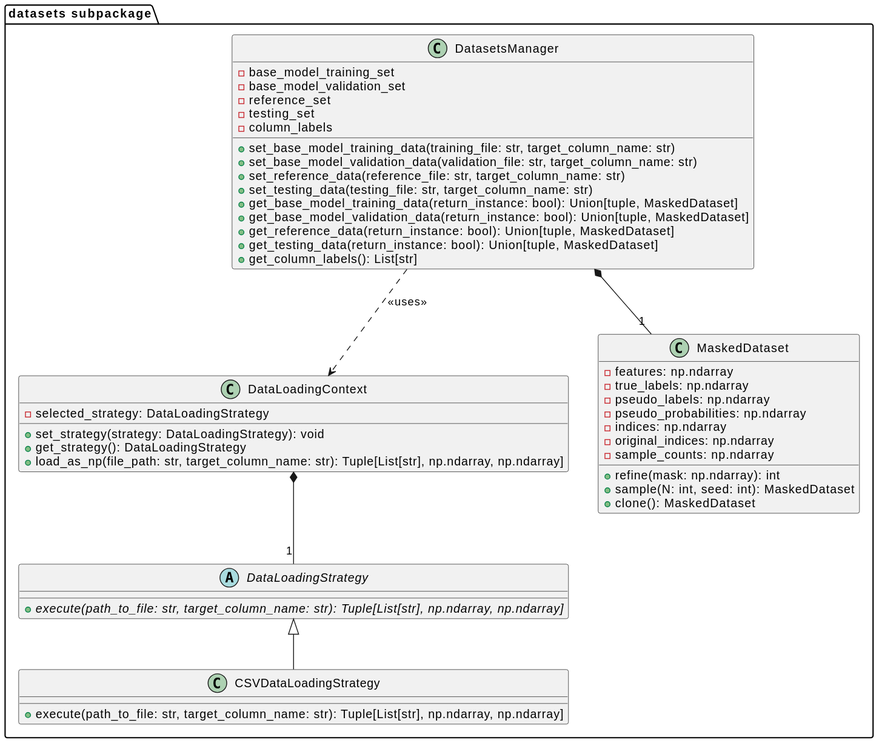
MEDomics-UdeS/MED3pa keeps this PlantUML diagram as docs/diagrams/datasets.svg. Above is the earlier version. The source it was exported from:
```plantuml
@startuml
package "datasets subpackage" {
  class DataLoadingContext {
      -selected_strategy: DataLoadingStrategy
      +set_strategy(strategy: DataLoadingStrategy): void
      +get_strategy(): DataLoadingStrategy
      +load_as_np(file_path: str, target_column_name: str): Tuple[List[str], np.ndarray, np.ndarray]
  }

  abstract class DataLoadingStrategy {
      {abstract} +execute(path_to_file: str, target_column_name: str): Tuple[List[str], np.ndarray, np.ndarray]
  }

  class CSVDataLoadingStrategy {
      +execute(path_to_file: str, target_column_name: str): Tuple[List[str], np.ndarray, np.ndarray]
  }

  DataLoadingStrategy <|-- CSVDataLoadingStrategy
  DataLoadingContext *-- "1" DataLoadingStrategy

  class DatasetsManager {
      -base_model_training_set
      -base_model_validation_set
      -reference_set
      -testing_set
      -column_labels
      +set_base_model_training_data(training_file: str, target_column_name: str)
      +set_base_model_validation_data(validation_file: str, target_column_name: str)
      +set_reference_data(reference_file: str, target_column_name: str)
      +set_testing_data(testing_file: str, target_column_name: str)
      +get_base_model_training_data(return_instance: bool): Union[tuple, MaskedDataset]
      +get_base_model_validation_data(return_instance: bool): Union[tuple, MaskedDataset]
      +get_reference_data(return_instance: bool): Union[tuple, MaskedDataset]
      +get_testing_data(return_instance: bool): Union[tuple, MaskedDataset]
      +get_column_labels(): List[str]
  }

  class MaskedDataset {
      -features: np.ndarray
      -true_labels: np.ndarray
      -pseudo_labels: np.ndarray
      -pseudo_probabilities: np.ndarray
      -indices: np.ndarray
      -original_indices: np.ndarray
      -sample_counts: np.ndarray
      +refine(mask: np.ndarray): int
      +sample(N: int, seed: int): MaskedDataset
      +clone(): MaskedDataset
  }
}
DatasetsManager *-- "1" MaskedDataset
DatasetsManager ..> DataLoadingContext : <<uses>>
@enduml
```
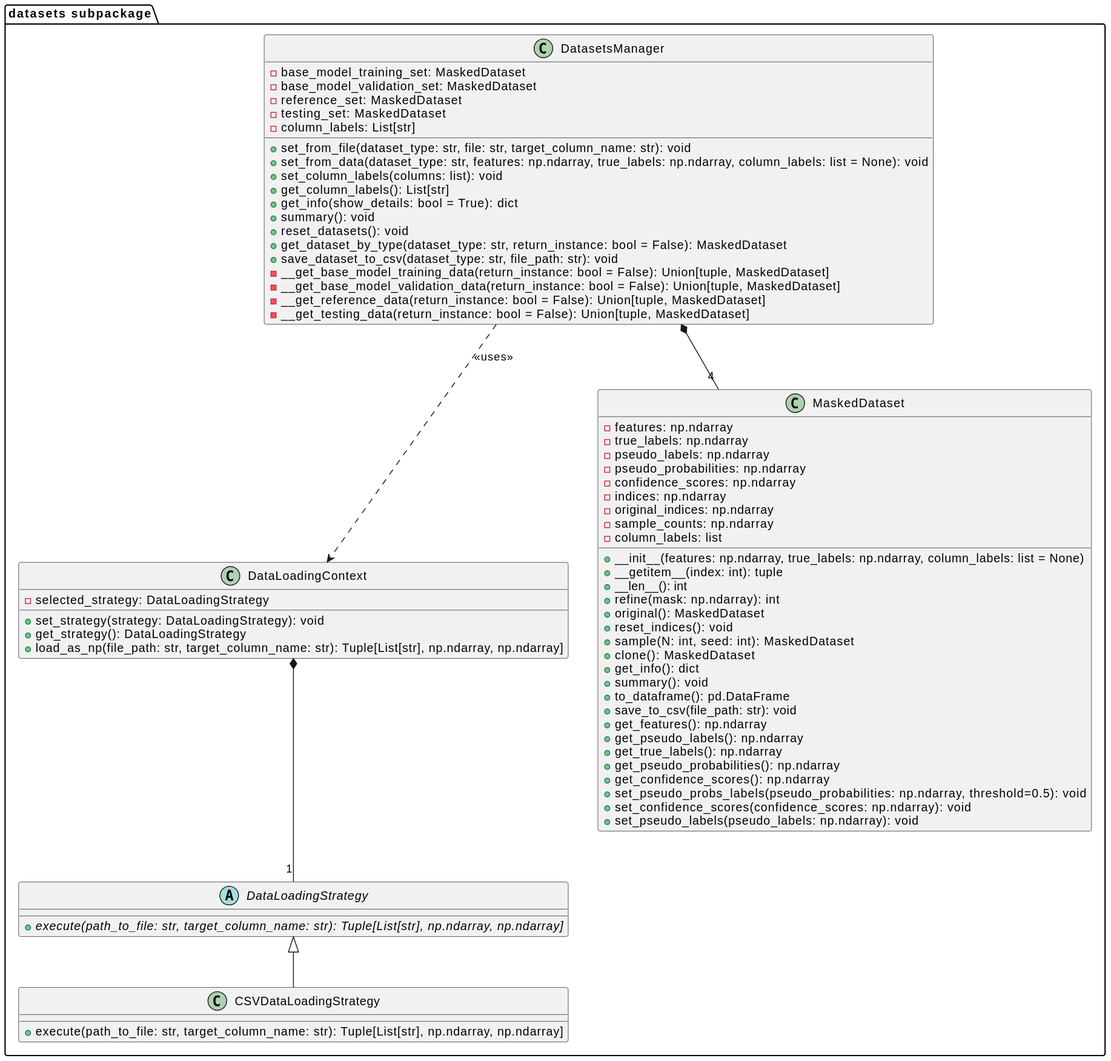
After the commit.

The edit, as a diff of the source:
```diff
@@ -1,53 +1,77 @@
 @startuml
-package "datasets subpackage" {
-  class DataLoadingContext {
-      -selected_strategy: DataLoadingStrategy
-      +set_strategy(strategy: DataLoadingStrategy): void
-      +get_strategy(): DataLoadingStrategy
-      +load_as_np(file_path: str, target_column_name: str): Tuple[List[str], np.ndarray, np.ndarray]
-  }
+package "datasets subpackage"{
+class DataLoadingContext {
+    -selected_strategy: DataLoadingStrategy
+    +set_strategy(strategy: DataLoadingStrategy): void
+    +get_strategy(): DataLoadingStrategy
+    +load_as_np(file_path: str, target_column_name: str): Tuple[List[str], np.ndarray, np.ndarray]
+}
 
-  abstract class DataLoadingStrategy {
-      {abstract} +execute(path_to_file: str, target_column_name: str): Tuple[List[str], np.ndarray, np.ndarray]
-  }
+abstract class DataLoadingStrategy {
+    {abstract} +execute(path_to_file: str, target_column_name: str): Tuple[List[str], np.ndarray, np.ndarray]
+}
 
-  class CSVDataLoadingStrategy {
-      +execute(path_to_file: str, target_column_name: str): Tuple[List[str], np.ndarray, np.ndarray]
-  }
+class CSVDataLoadingStrategy {
+    +execute(path_to_file: str, target_column_name: str): Tuple[List[str], np.ndarray, np.ndarray]
+}
 
-  DataLoadingStrategy <|-- CSVDataLoadingStrategy
-  DataLoadingContext *-- "1" DataLoadingStrategy
+DataLoadingStrategy <|-- CSVDataLoadingStrategy
+DataLoadingContext *-- "1" DataLoadingStrategy
 
-  class DatasetsManager {
-      -base_model_training_set
-      -base_model_validation_set
-      -reference_set
-      -testing_set
-      -column_labels
-      +set_base_model_training_data(training_file: str, target_column_name: str)
-      +set_base_model_validation_data(validation_file: str, target_column_name: str)
-      +set_reference_data(reference_file: str, target_column_name: str)
-      +set_testing_data(testing_file: str, target_column_name: str)
-      +get_base_model_training_data(return_instance: bool): Union[tuple, MaskedDataset]
-      +get_base_model_validation_data(return_instance: bool): Union[tuple, MaskedDataset]
-      +get_reference_data(return_instance: bool): Union[tuple, MaskedDataset]
-      +get_testing_data(return_instance: bool): Union[tuple, MaskedDataset]
-      +get_column_labels(): List[str]
-  }
+class DatasetsManager {
+    -base_model_training_set: MaskedDataset
+    -base_model_validation_set: MaskedDataset
+    -reference_set: MaskedDataset
+    -testing_set: MaskedDataset
+    -column_labels: List[str]
+    +set_from_file(dataset_type: str, file: str, target_column_name: str): void
+    +set_from_data(dataset_type: str, features: np.ndarray, true_labels: np.ndarray, column_labels: list = None): void
+    +set_column_labels(columns: list): void
+    +get_column_labels(): List[str]
+    +get_info(show_details: bool = True): dict
+    +summary(): void
+    +reset_datasets(): void
+    +get_dataset_by_type(dataset_type: str, return_instance: bool = False): MaskedDataset
+    +save_dataset_to_csv(dataset_type: str, file_path: str): void
+    -__get_base_model_training_data(return_instance: bool = False): Union[tuple, MaskedDataset]
+    -__get_base_model_validation_data(return_instance: bool = False): Union[tuple, MaskedDataset]
+    -__get_reference_data(return_instance: bool = False): Union[tuple, MaskedDataset]
+    -__get_testing_data(return_instance: bool = False): Union[tuple, MaskedDataset]
+}
 
-  class MaskedDataset {
-      -features: np.ndarray
-      -true_labels: np.ndarray
-      -pseudo_labels: np.ndarray
-      -pseudo_probabilities: np.ndarray
-      -indices: np.ndarray
-      -original_indices: np.ndarray
-      -sample_counts: np.ndarray
-      +refine(mask: np.ndarray): int
-      +sample(N: int, seed: int): MaskedDataset
-      +clone(): MaskedDataset
-  }
+class MaskedDataset {
+    -features: np.ndarray
+    -true_labels: np.ndarray
+    -pseudo_labels: np.ndarray
+    -pseudo_probabilities: np.ndarray
+    -confidence_scores: np.ndarray
+    -indices: np.ndarray
+    -original_indices: np.ndarray
+    -sample_counts: np.ndarray
+    -column_labels: list
+    +__init__(features: np.ndarray, true_labels: np.ndarray, column_labels: list = None)
+    +__getitem__(index: int): tuple
+    +__len__(): int
+    +refine(mask: np.ndarray): int
+    +original(): MaskedDataset
+    +reset_indices(): void
+    +sample(N: int, seed: int): MaskedDataset
+    +clone(): MaskedDataset
+    +get_info(): dict
+    +summary(): void
+    +to_dataframe(): pd.DataFrame
+    +save_to_csv(file_path: str): void
+    +get_features(): np.ndarray
+    +get_pseudo_labels(): np.ndarray
+    +get_true_labels(): np.ndarray
+    +get_pseudo_probabilities(): np.ndarray
+    +get_confidence_scores(): np.ndarray
+    +set_pseudo_probs_labels(pseudo_probabilities: np.ndarray, threshold=0.5): void
+    +set_confidence_scores(confidence_scores: np.ndarray): void
+    +set_pseudo_labels(pseudo_labels: np.ndarray): void
+
 }
-DatasetsManager *-- "1" MaskedDataset
+}
+DatasetsManager *-- "4" MaskedDataset
 DatasetsManager ..> DataLoadingContext : <<uses>>
 @enduml
```
